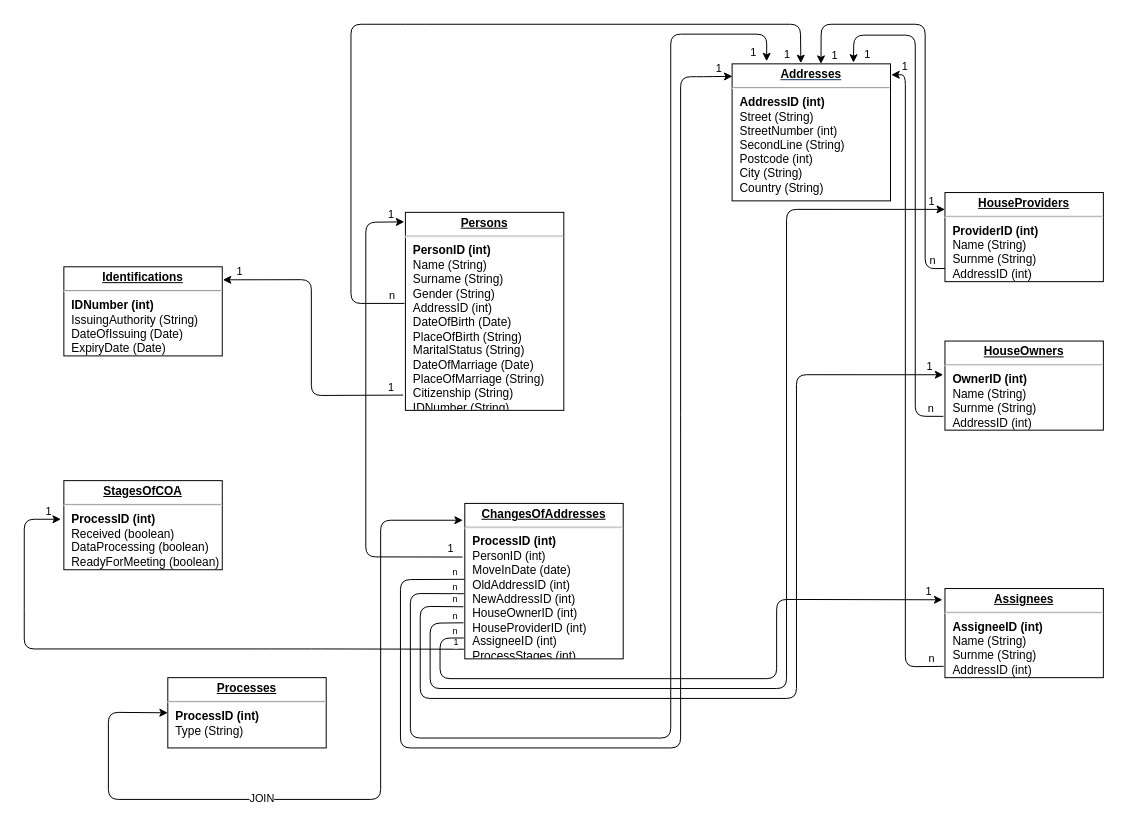
JulianGottfried/ATdIT_Gruppe2 keeps this draw.io diagram as Datenbankstruktur/Datenbankschema.drawio. Above is the earlier version. Source tidied: cells renumbered, new cells numbered last; positions are measured from the earlier drawing's top-left corner, leaving out a move shared by most shapes. Both pictures are drawn from the tidied source at 99%, with x=0, y=0 at pixel (24, 24).
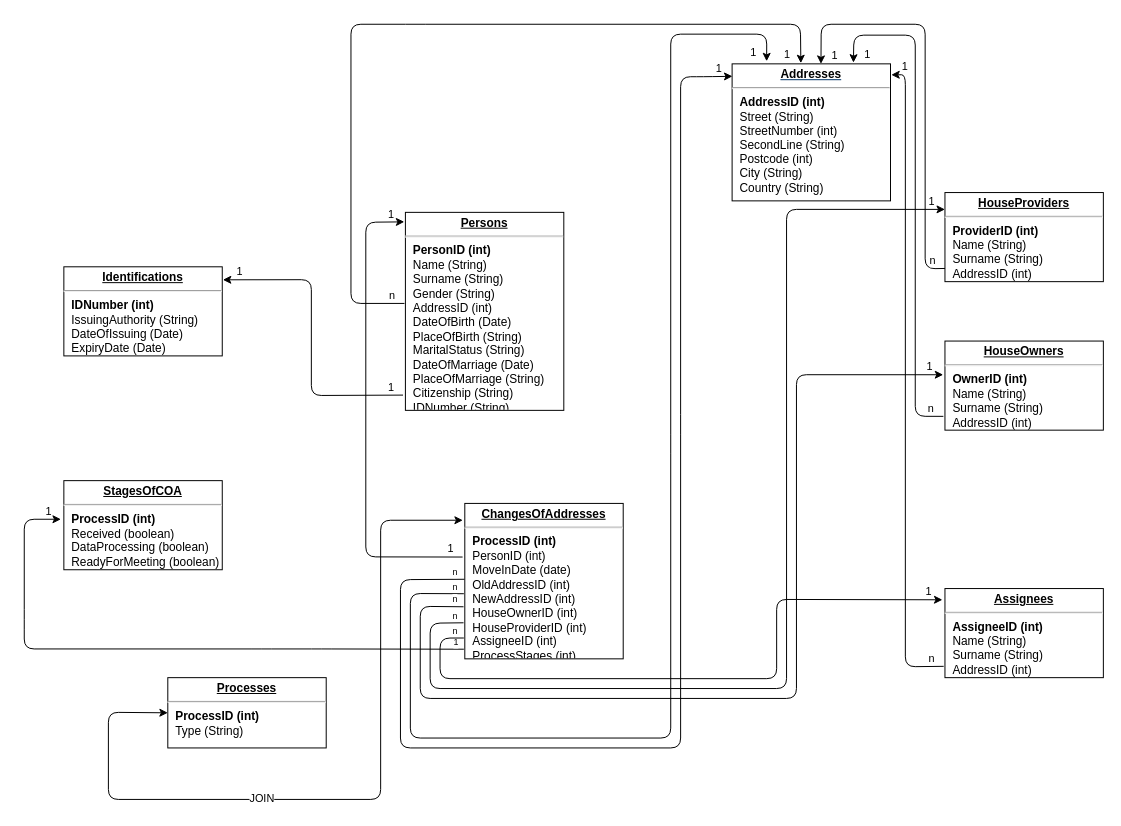
The same page after the edit.

Diff of the diagram source:
```diff
@@
-    <mxCell id="4" value="&lt;p style=&quot;margin: 4px 0px 0px ; text-align: center&quot;&gt;&lt;font color=&quot;#000000&quot;&gt;&lt;span style=&quot;font-size: 12px&quot;&gt;&lt;b&gt;&lt;u&gt;HouseOwners&lt;/u&gt;&lt;/b&gt;&lt;/span&gt;&lt;/font&gt;&lt;br&gt;&lt;/p&gt;&lt;hr&gt;&lt;p style=&quot;margin: 0px ; margin-left: 8px&quot;&gt;&lt;b&gt;&lt;font color=&quot;#000000&quot;&gt;OwnerID (int)&lt;/font&gt;&lt;/b&gt;&lt;/p&gt;&lt;p style=&quot;margin: 0px ; margin-left: 8px&quot;&gt;&lt;/p&gt;&lt;p style=&quot;margin: 0px ; margin-left: 8px&quot;&gt;&lt;font color=&quot;#000000&quot;&gt;Name (String)&lt;/font&gt;&lt;/p&gt;&lt;p style=&quot;margin: 0px ; margin-left: 8px&quot;&gt;&lt;font color=&quot;#000000&quot;&gt;Surnme (String)&lt;/font&gt;&lt;/p&gt;&lt;p style=&quot;margin: 0px ; margin-left: 8px&quot;&gt;&lt;font color=&quot;#000000&quot;&gt;AddressID (int)&lt;/font&gt;&lt;/p&gt;&lt;p style=&quot;margin: 0px ; margin-left: 8px&quot;&gt;&lt;font color=&quot;#000000&quot;&gt;&lt;br&gt;&lt;/font&gt;&lt;/p&gt;" style="verticalAlign=top;align=left;overflow=fill;fontSize=12;fontFamily=Helvetica;html=1;shadow=0;fontColor=#003366;fillColor=none;" parent="1" vertex="1">
+    <mxCell id="4" value="&lt;p style=&quot;margin: 4px 0px 0px ; text-align: center&quot;&gt;&lt;font color=&quot;#000000&quot;&gt;&lt;span style=&quot;font-size: 12px&quot;&gt;&lt;b&gt;&lt;u&gt;HouseOwners&lt;/u&gt;&lt;/b&gt;&lt;/span&gt;&lt;/font&gt;&lt;br&gt;&lt;/p&gt;&lt;hr&gt;&lt;p style=&quot;margin: 0px ; margin-left: 8px&quot;&gt;&lt;b&gt;&lt;font color=&quot;#000000&quot;&gt;OwnerID (int)&lt;/font&gt;&lt;/b&gt;&lt;/p&gt;&lt;p style=&quot;margin: 0px ; margin-left: 8px&quot;&gt;&lt;/p&gt;&lt;p style=&quot;margin: 0px ; margin-left: 8px&quot;&gt;&lt;font color=&quot;#000000&quot;&gt;Name (String)&lt;/font&gt;&lt;/p&gt;&lt;p style=&quot;margin: 0px ; margin-left: 8px&quot;&gt;&lt;font color=&quot;#000000&quot;&gt;Surname (String)&lt;/font&gt;&lt;/p&gt;&lt;p style=&quot;margin: 0px ; margin-left: 8px&quot;&gt;&lt;font color=&quot;#000000&quot;&gt;AddressID (int)&lt;/font&gt;&lt;/p&gt;&lt;p style=&quot;margin: 0px ; margin-left: 8px&quot;&gt;&lt;font color=&quot;#000000&quot;&gt;&lt;br&gt;&lt;/font&gt;&lt;/p&gt;" style="verticalAlign=top;align=left;overflow=fill;fontSize=12;fontFamily=Helvetica;html=1;shadow=0;fontColor=#003366;fillColor=none;" parent="1" vertex="1">
       <mxGeometry x="930" y="320" width="160" height="90" as="geometry" />
     </mxCell>
-    <mxCell id="5" value="&lt;p style=&quot;margin: 4px 0px 0px ; text-align: center&quot;&gt;&lt;font color=&quot;#000000&quot;&gt;&lt;span style=&quot;font-size: 12px&quot;&gt;&lt;b&gt;&lt;u&gt;HouseProviders&lt;/u&gt;&lt;/b&gt;&lt;/span&gt;&lt;/font&gt;&lt;br&gt;&lt;/p&gt;&lt;hr&gt;&lt;p style=&quot;margin: 0px ; margin-left: 8px&quot;&gt;&lt;b&gt;&lt;font color=&quot;#000000&quot;&gt;ProviderID (int)&lt;/font&gt;&lt;/b&gt;&lt;/p&gt;&lt;p style=&quot;margin: 0px ; margin-left: 8px&quot;&gt;&lt;/p&gt;&lt;p style=&quot;margin: 0px ; margin-left: 8px&quot;&gt;&lt;font color=&quot;#000000&quot;&gt;Name (String)&lt;/font&gt;&lt;/p&gt;&lt;p style=&quot;margin: 0px ; margin-left: 8px&quot;&gt;&lt;font color=&quot;#000000&quot;&gt;Surnme (String)&lt;/font&gt;&lt;/p&gt;&lt;p style=&quot;margin: 0px ; margin-left: 8px&quot;&gt;&lt;font color=&quot;#000000&quot;&gt;AddressID (int)&lt;/font&gt;&lt;/p&gt;&lt;p style=&quot;margin: 0px ; margin-left: 8px&quot;&gt;&lt;font color=&quot;#000000&quot;&gt;&lt;br&gt;&lt;/font&gt;&lt;/p&gt;" style="verticalAlign=top;align=left;overflow=fill;fontSize=12;fontFamily=Helvetica;html=1;shadow=0;fontColor=#003366;fillColor=none;" parent="1" vertex="1">
+    <mxCell id="5" value="&lt;p style=&quot;margin: 4px 0px 0px ; text-align: center&quot;&gt;&lt;font color=&quot;#000000&quot;&gt;&lt;span style=&quot;font-size: 12px&quot;&gt;&lt;b&gt;&lt;u&gt;HouseProviders&lt;/u&gt;&lt;/b&gt;&lt;/span&gt;&lt;/font&gt;&lt;br&gt;&lt;/p&gt;&lt;hr&gt;&lt;p style=&quot;margin: 0px ; margin-left: 8px&quot;&gt;&lt;b&gt;&lt;font color=&quot;#000000&quot;&gt;ProviderID (int)&lt;/font&gt;&lt;/b&gt;&lt;/p&gt;&lt;p style=&quot;margin: 0px ; margin-left: 8px&quot;&gt;&lt;/p&gt;&lt;p style=&quot;margin: 0px ; margin-left: 8px&quot;&gt;&lt;font color=&quot;#000000&quot;&gt;Name (String)&lt;/font&gt;&lt;/p&gt;&lt;p style=&quot;margin: 0px ; margin-left: 8px&quot;&gt;&lt;font color=&quot;#000000&quot;&gt;Surname (String)&lt;/font&gt;&lt;/p&gt;&lt;p style=&quot;margin: 0px ; margin-left: 8px&quot;&gt;&lt;font color=&quot;#000000&quot;&gt;AddressID (int)&lt;/font&gt;&lt;/p&gt;&lt;p style=&quot;margin: 0px ; margin-left: 8px&quot;&gt;&lt;font color=&quot;#000000&quot;&gt;&lt;br&gt;&lt;/font&gt;&lt;/p&gt;" style="verticalAlign=top;align=left;overflow=fill;fontSize=12;fontFamily=Helvetica;html=1;shadow=0;fontColor=#003366;fillColor=none;" parent="1" vertex="1">
       <mxGeometry x="930" y="170" width="160" height="90" as="geometry" />
     </mxCell>
@@
-    <mxCell id="42" value="&lt;p style=&quot;margin: 4px 0px 0px ; text-align: center&quot;&gt;&lt;font color=&quot;#000000&quot;&gt;&lt;span style=&quot;font-size: 12px&quot;&gt;&lt;b&gt;&lt;u&gt;Assignees&lt;/u&gt;&lt;/b&gt;&lt;/span&gt;&lt;/font&gt;&lt;br&gt;&lt;/p&gt;&lt;hr&gt;&lt;p style=&quot;margin: 0px ; margin-left: 8px&quot;&gt;&lt;b&gt;&lt;font color=&quot;#000000&quot;&gt;AssigneeID (int)&lt;/font&gt;&lt;/b&gt;&lt;/p&gt;&lt;p style=&quot;margin: 0px ; margin-left: 8px&quot;&gt;&lt;/p&gt;&lt;p style=&quot;margin: 0px ; margin-left: 8px&quot;&gt;&lt;font color=&quot;#000000&quot;&gt;Name (String)&lt;/font&gt;&lt;/p&gt;&lt;p style=&quot;margin: 0px ; margin-left: 8px&quot;&gt;&lt;font color=&quot;#000000&quot;&gt;Surnme (String)&lt;/font&gt;&lt;/p&gt;&lt;p style=&quot;margin: 0px ; margin-left: 8px&quot;&gt;&lt;font color=&quot;#000000&quot;&gt;AddressID (int)&lt;/font&gt;&lt;/p&gt;&lt;p style=&quot;margin: 0px ; margin-left: 8px&quot;&gt;&lt;font color=&quot;#000000&quot;&gt;&lt;br&gt;&lt;/font&gt;&lt;/p&gt;" style="verticalAlign=top;align=left;overflow=fill;fontSize=12;fontFamily=Helvetica;html=1;shadow=0;fontColor=#003366;fillColor=none;" parent="1" vertex="1">
+    <mxCell id="42" value="&lt;p style=&quot;margin: 4px 0px 0px ; text-align: center&quot;&gt;&lt;font color=&quot;#000000&quot;&gt;&lt;span style=&quot;font-size: 12px&quot;&gt;&lt;b&gt;&lt;u&gt;Assignees&lt;/u&gt;&lt;/b&gt;&lt;/span&gt;&lt;/font&gt;&lt;br&gt;&lt;/p&gt;&lt;hr&gt;&lt;p style=&quot;margin: 0px ; margin-left: 8px&quot;&gt;&lt;b&gt;&lt;font color=&quot;#000000&quot;&gt;AssigneeID (int)&lt;/font&gt;&lt;/b&gt;&lt;/p&gt;&lt;p style=&quot;margin: 0px ; margin-left: 8px&quot;&gt;&lt;/p&gt;&lt;p style=&quot;margin: 0px ; margin-left: 8px&quot;&gt;&lt;font color=&quot;#000000&quot;&gt;Name (String)&lt;/font&gt;&lt;/p&gt;&lt;p style=&quot;margin: 0px ; margin-left: 8px&quot;&gt;&lt;font color=&quot;#000000&quot;&gt;Surname (String)&lt;/font&gt;&lt;/p&gt;&lt;p style=&quot;margin: 0px ; margin-left: 8px&quot;&gt;&lt;font color=&quot;#000000&quot;&gt;AddressID (int)&lt;/font&gt;&lt;/p&gt;&lt;p style=&quot;margin: 0px ; margin-left: 8px&quot;&gt;&lt;font color=&quot;#000000&quot;&gt;&lt;br&gt;&lt;/font&gt;&lt;/p&gt;" style="verticalAlign=top;align=left;overflow=fill;fontSize=12;fontFamily=Helvetica;html=1;shadow=0;fontColor=#003366;fillColor=none;" parent="1" vertex="1">
       <mxGeometry x="930" y="570" width="160" height="90" as="geometry" />
     </mxCell>
```
